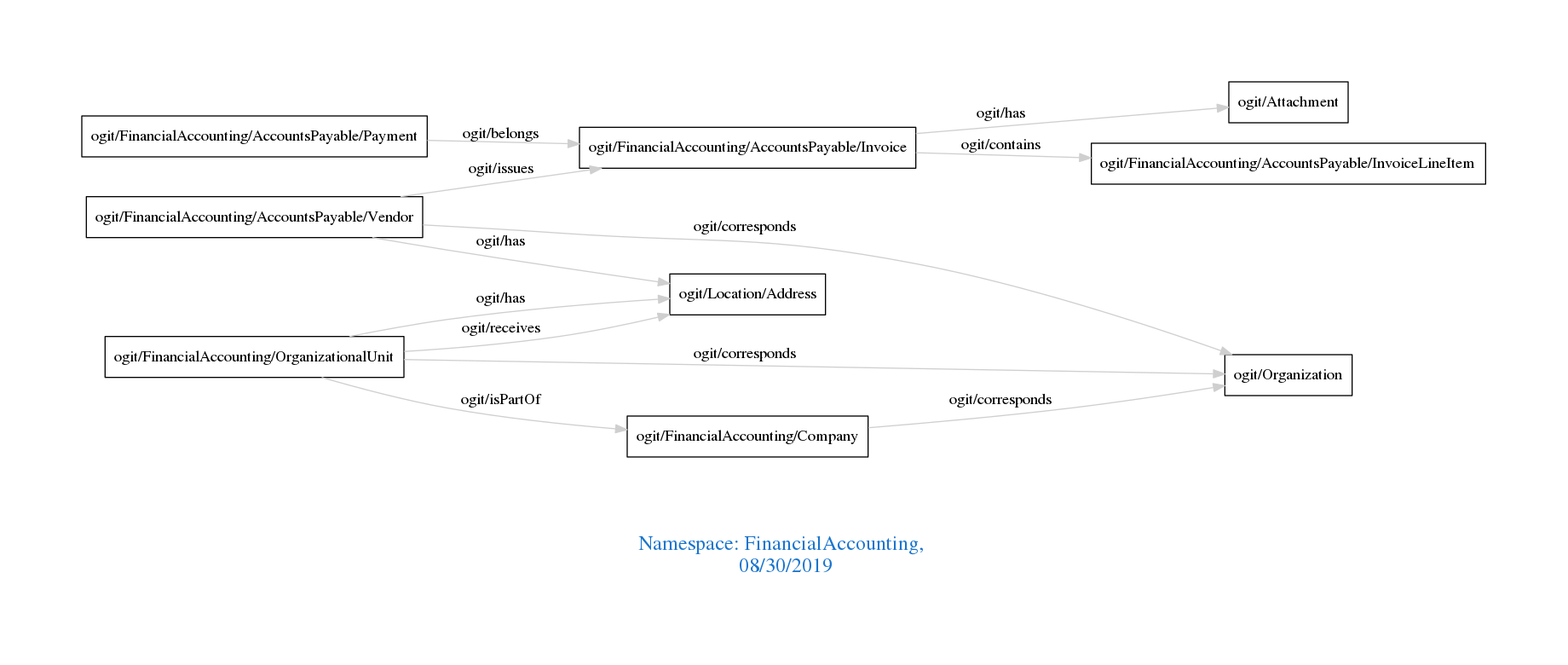
Above: downloads/FinancialAccounting.png in arago/OGIT (Graphviz), before the change. Its source is kept beside it as downloads/FinancialAccounting.dot.
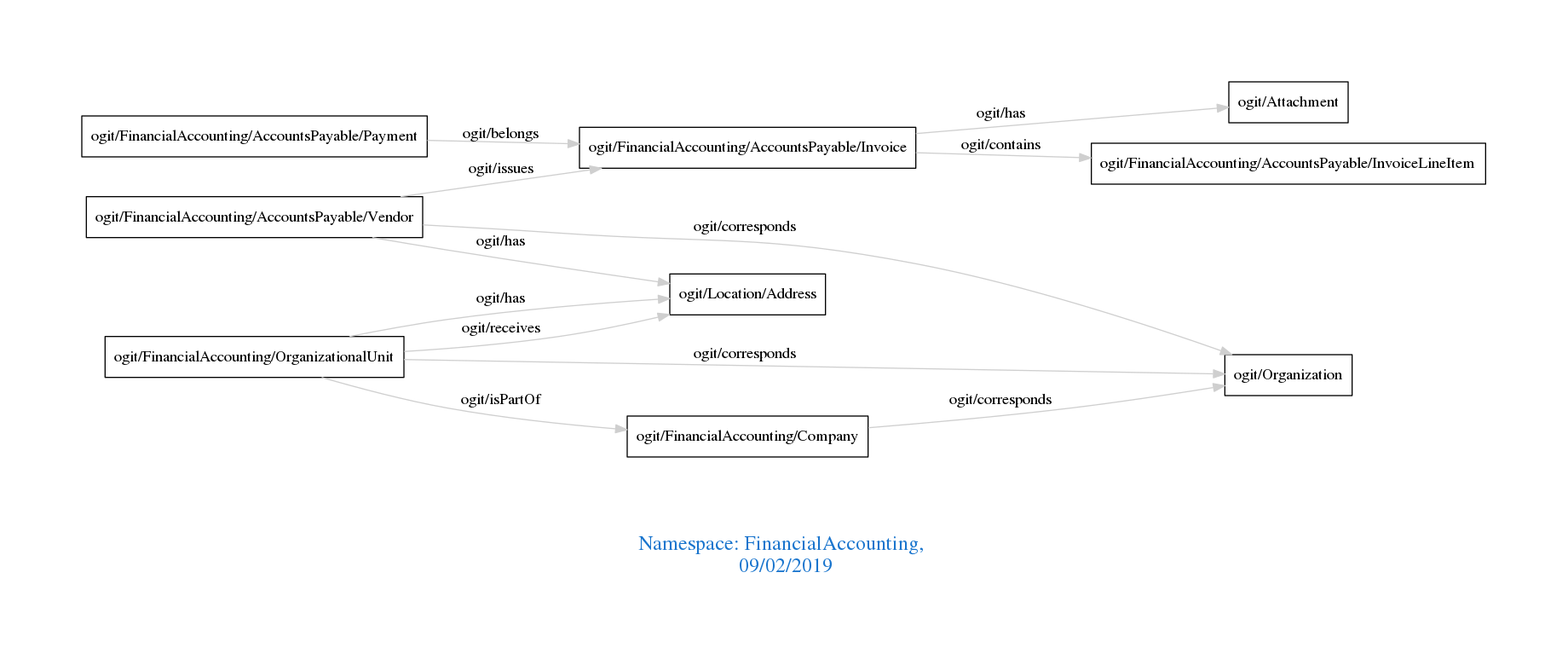
After the change.

What changed in the source:
```diff
@@ -1,7 +1,7 @@
 digraph OGIT_ontology {
  graph [ rankdir= LR,pad=1
 fontsize = 18,
-fontcolor= dodgerblue3,label = "\n\n\nNamespace: FinancialAccounting, \n 08/30/2019"];
+fontcolor= dodgerblue3,label = "\n\n\nNamespace: FinancialAccounting, \n 09/02/2019"];
 node[shape=polygon];
 edge [  color="gray81"];
 
```
